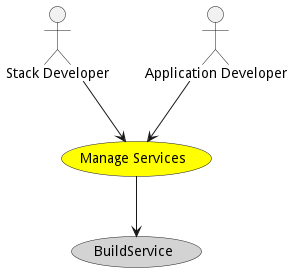
madajaju/edgemere keeps this PlantUML diagram as docs/edgemere/sml/usecases/manageservices/Activities.png. Above is the earlier version.
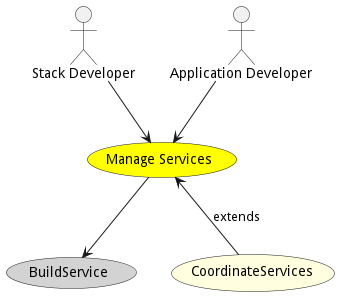
The same file after the commit.

Change to the diagram source:
```diff
@@ -19,6 +19,10 @@
 
 
 
+usecase "CoordinateServices" as CoordinateServices #lightyellow
+
+ManageServices <-- CoordinateServices : extends
+
 
 
 
```
